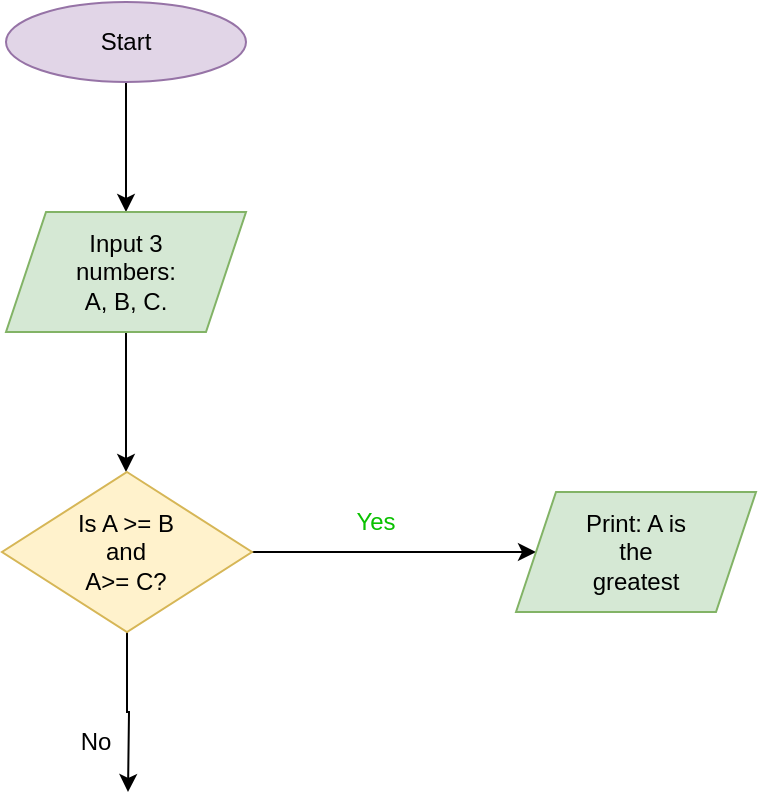
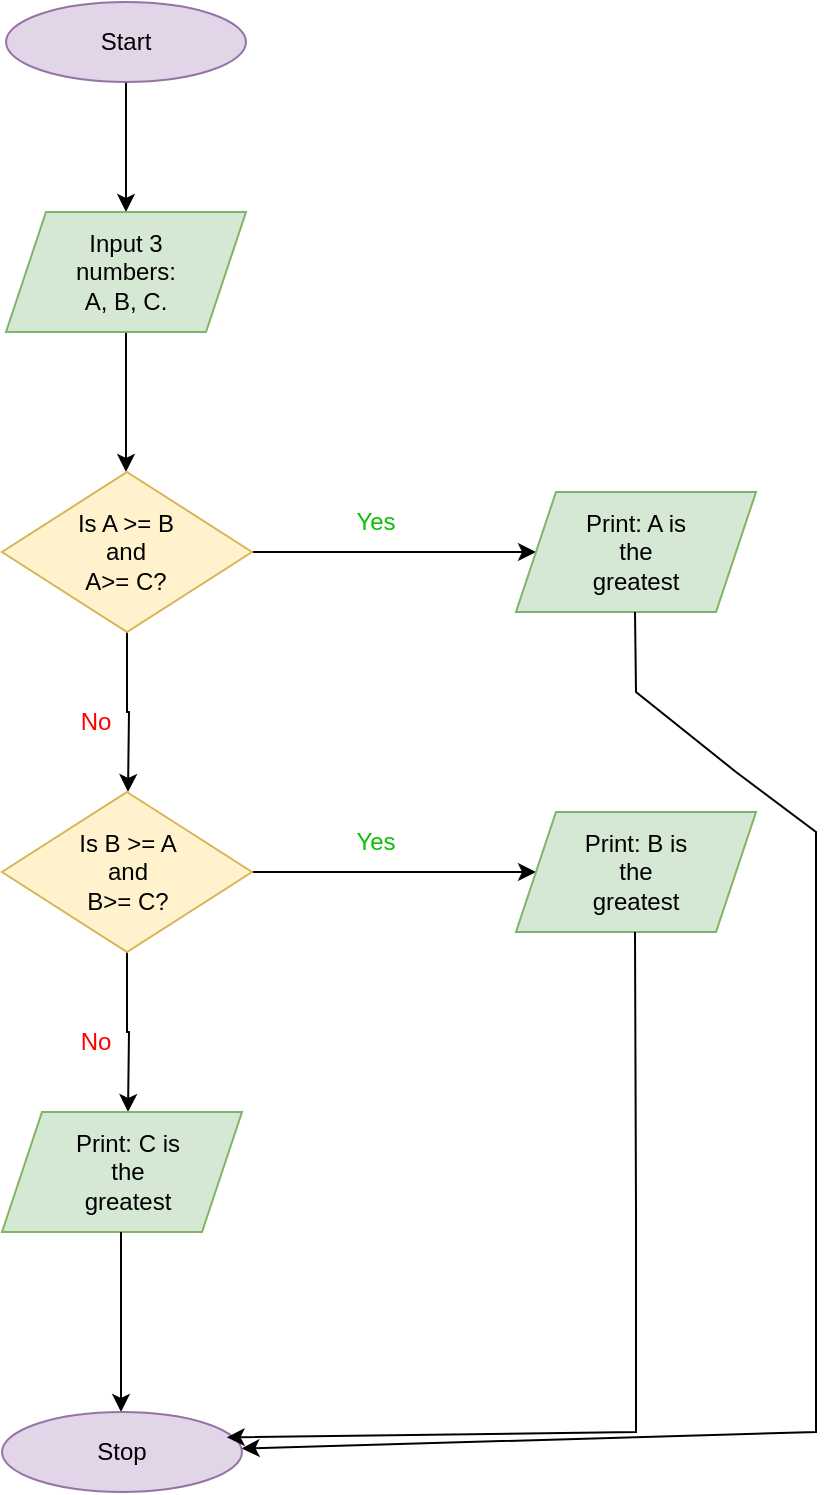
<mxfile host="app.diagrams.net">
  <diagram name="Page-1" id="JjNYBZxv__VariUKnO1o">
    <mxGraphModel dx="774" dy="2651" grid="1" gridSize="10" guides="1" tooltips="1" connect="1" arrows="1" fold="1" page="1" pageScale="1" pageWidth="850" pageHeight="1100" math="0" shadow="0">
      <root>
        <mxCell id="0" />
        <mxCell id="1" parent="0" />
        <mxCell id="4Aibpl8ResCS7P7MgqHY-4" edge="1" parent="1" source="diZT_lCHEcT7JEw0Gm0p-1" style="edgeStyle=orthogonalEdgeStyle;rounded=0;orthogonalLoop=1;jettySize=auto;html=1;exitX=0.5;exitY=1;exitDx=0;exitDy=0;">
          <mxGeometry relative="1" as="geometry">
            <mxPoint x="425" y="-2080" as="targetPoint" />
          </mxGeometry>
        </mxCell>
        <mxCell id="diZT_lCHEcT7JEw0Gm0p-1" parent="1" style="ellipse;whiteSpace=wrap;html=1;fillColor=#e1d5e7;strokeColor=#9673a6;" value="" vertex="1">
          <mxGeometry height="40" width="120" x="365" y="-2185" as="geometry" />
        </mxCell>
        <mxCell id="4Aibpl8ResCS7P7MgqHY-1" parent="1" style="text;html=1;whiteSpace=wrap;strokeColor=none;fillColor=none;align=center;verticalAlign=middle;rounded=0;" value="Start" vertex="1">
          <mxGeometry height="30" width="60" x="395" y="-2180" as="geometry" />
        </mxCell>
        <mxCell id="4Aibpl8ResCS7P7MgqHY-9" edge="1" parent="1" source="4Aibpl8ResCS7P7MgqHY-5" style="edgeStyle=orthogonalEdgeStyle;rounded=0;orthogonalLoop=1;jettySize=auto;html=1;exitX=0.5;exitY=1;exitDx=0;exitDy=0;">
          <mxGeometry relative="1" as="geometry">
            <mxPoint x="425" y="-1950" as="targetPoint" />
          </mxGeometry>
        </mxCell>
        <mxCell id="4Aibpl8ResCS7P7MgqHY-5" parent="1" style="shape=parallelogram;perimeter=parallelogramPerimeter;whiteSpace=wrap;html=1;fixedSize=1;fillColor=#d5e8d4;strokeColor=#82b366;" value="" vertex="1">
          <mxGeometry height="60" width="120" x="365" y="-2080" as="geometry" />
        </mxCell>
        <mxCell id="4Aibpl8ResCS7P7MgqHY-6" parent="1" style="text;html=1;whiteSpace=wrap;strokeColor=none;fillColor=none;align=center;verticalAlign=middle;rounded=0;" value="Input 3 numbers: A, B, C." vertex="1">
          <mxGeometry height="30" width="60" x="395" y="-2065" as="geometry" />
        </mxCell>
        <mxCell id="4Aibpl8ResCS7P7MgqHY-13" edge="1" parent="1" source="4Aibpl8ResCS7P7MgqHY-11" style="edgeStyle=orthogonalEdgeStyle;rounded=0;orthogonalLoop=1;jettySize=auto;html=1;exitX=1;exitY=0.5;exitDx=0;exitDy=0;">
          <mxGeometry relative="1" as="geometry">
            <mxPoint x="630" y="-1910" as="targetPoint" />
          </mxGeometry>
        </mxCell>
        <mxCell id="Ro31n1QqGdBNYgxVjA73-4" edge="1" parent="1" source="4Aibpl8ResCS7P7MgqHY-11" style="edgeStyle=orthogonalEdgeStyle;rounded=0;orthogonalLoop=1;jettySize=auto;html=1;exitX=0.5;exitY=1;exitDx=0;exitDy=0;">
          <mxGeometry relative="1" as="geometry">
            <mxPoint x="426" y="-1790" as="targetPoint" />
          </mxGeometry>
        </mxCell>
        <mxCell id="4Aibpl8ResCS7P7MgqHY-11" parent="1" style="rhombus;whiteSpace=wrap;html=1;fillColor=#fff2cc;strokeColor=#d6b656;" value="" vertex="1">
          <mxGeometry height="80" width="125" x="363" y="-1950" as="geometry" />
        </mxCell>
        <mxCell id="4Aibpl8ResCS7P7MgqHY-12" parent="1" style="text;html=1;whiteSpace=wrap;strokeColor=none;fillColor=none;align=center;verticalAlign=middle;rounded=0;" value="Is A &amp;gt;= B and&lt;div&gt;A&amp;gt;= C?&lt;/div&gt;" vertex="1">
          <mxGeometry height="30" width="60" x="395" y="-1925" as="geometry" />
        </mxCell>
        <mxCell id="Ro31n1QqGdBNYgxVjA73-1" parent="1" style="text;html=1;whiteSpace=wrap;strokeColor=none;fillColor=none;align=center;verticalAlign=middle;rounded=0;fontColor=#0AC100;" value="Yes" vertex="1">
          <mxGeometry height="30" width="60" x="520" y="-1940" as="geometry" />
        </mxCell>
        <mxCell id="Ro31n1QqGdBNYgxVjA73-2" parent="1" style="shape=parallelogram;perimeter=parallelogramPerimeter;whiteSpace=wrap;html=1;fixedSize=1;fillColor=#d5e8d4;strokeColor=#82b366;" value="" vertex="1">
          <mxGeometry height="60" width="120" x="620" y="-1940" as="geometry" />
        </mxCell>
        <mxCell id="Ro31n1QqGdBNYgxVjA73-3" parent="1" style="text;html=1;whiteSpace=wrap;strokeColor=none;fillColor=none;align=center;verticalAlign=middle;rounded=0;" value="Print: A is the greatest" vertex="1">
          <mxGeometry height="30" width="60" x="650" y="-1925" as="geometry" />
        </mxCell>
-         <mxCell id="Ro31n1QqGdBNYgxVjA73-5" parent="1" style="text;html=1;whiteSpace=wrap;strokeColor=none;fillColor=none;align=center;verticalAlign=middle;rounded=0;" value="No" vertex="1">
-           <mxGeometry height="30" width="60" x="380" y="-1830" as="geometry" />
+         <mxCell id="Ro31n1QqGdBNYgxVjA73-5" parent="1" style="text;html=1;whiteSpace=wrap;strokeColor=none;fillColor=none;align=center;verticalAlign=middle;rounded=0;fontColor=#FF0000;" value="No" vertex="1">
+           <mxGeometry height="30" width="60" x="380" y="-1840" as="geometry" />
+         </mxCell>
+         <mxCell id="Ro31n1QqGdBNYgxVjA73-8" edge="1" parent="1" source="Ro31n1QqGdBNYgxVjA73-6" style="edgeStyle=orthogonalEdgeStyle;rounded=0;orthogonalLoop=1;jettySize=auto;html=1;exitX=1;exitY=0.5;exitDx=0;exitDy=0;">
+           <mxGeometry relative="1" as="geometry">
+             <mxPoint x="630" y="-1750" as="targetPoint" />
+           </mxGeometry>
+         </mxCell>
+         <mxCell id="Ro31n1QqGdBNYgxVjA73-14" edge="1" parent="1" source="Ro31n1QqGdBNYgxVjA73-6" style="edgeStyle=orthogonalEdgeStyle;rounded=0;orthogonalLoop=1;jettySize=auto;html=1;exitX=0.5;exitY=1;exitDx=0;exitDy=0;">
+           <mxGeometry relative="1" as="geometry">
+             <mxPoint x="426" y="-1630" as="targetPoint" />
+           </mxGeometry>
+         </mxCell>
+         <mxCell id="Ro31n1QqGdBNYgxVjA73-6" parent="1" style="rhombus;whiteSpace=wrap;html=1;fillColor=#fff2cc;strokeColor=#d6b656;" value="" vertex="1">
+           <mxGeometry height="80" width="125" x="363" y="-1790" as="geometry" />
+         </mxCell>
+         <mxCell id="Ro31n1QqGdBNYgxVjA73-7" parent="1" style="text;html=1;whiteSpace=wrap;strokeColor=none;fillColor=none;align=center;verticalAlign=middle;rounded=0;" value="Is B &amp;gt;= A and&lt;div&gt;B&amp;gt;= C?&lt;/div&gt;" vertex="1">
+           <mxGeometry height="30" width="60" x="395.5" y="-1765" as="geometry" />
+         </mxCell>
+         <mxCell id="Ro31n1QqGdBNYgxVjA73-9" parent="1" style="text;html=1;whiteSpace=wrap;strokeColor=none;fillColor=none;align=center;verticalAlign=middle;rounded=0;fontColor=#0AC100;" value="Yes" vertex="1">
+           <mxGeometry height="30" width="60" x="520" y="-1780" as="geometry" />
+         </mxCell>
+         <mxCell id="Ro31n1QqGdBNYgxVjA73-10" parent="1" style="shape=parallelogram;perimeter=parallelogramPerimeter;whiteSpace=wrap;html=1;fixedSize=1;fillColor=#d5e8d4;strokeColor=#82b366;" value="" vertex="1">
+           <mxGeometry height="60" width="120" x="620" y="-1780" as="geometry" />
+         </mxCell>
+         <mxCell id="Ro31n1QqGdBNYgxVjA73-11" parent="1" style="text;html=1;whiteSpace=wrap;strokeColor=none;fillColor=none;align=center;verticalAlign=middle;rounded=0;" value="Print: B is the greatest" vertex="1">
+           <mxGeometry height="30" width="60" x="650" y="-1765" as="geometry" />
+         </mxCell>
+         <mxCell id="Ro31n1QqGdBNYgxVjA73-12" parent="1" style="text;html=1;whiteSpace=wrap;strokeColor=none;fillColor=none;align=center;verticalAlign=middle;rounded=0;fontColor=#FF0000;" value="No" vertex="1">
+           <mxGeometry height="30" width="60" x="380" y="-1680" as="geometry" />
+         </mxCell>
+         <mxCell id="Ro31n1QqGdBNYgxVjA73-16" parent="1" style="shape=parallelogram;perimeter=parallelogramPerimeter;whiteSpace=wrap;html=1;fixedSize=1;fillColor=#d5e8d4;strokeColor=#82b366;" value="" vertex="1">
+           <mxGeometry height="60" width="120" x="363" y="-1630" as="geometry" />
+         </mxCell>
+         <mxCell id="Ro31n1QqGdBNYgxVjA73-17" parent="1" style="text;html=1;whiteSpace=wrap;strokeColor=none;fillColor=none;align=center;verticalAlign=middle;rounded=0;" value="Print: C is the greatest" vertex="1">
+           <mxGeometry height="30" width="60" x="395.5" y="-1615" as="geometry" />
+         </mxCell>
+         <mxCell id="Ro31n1QqGdBNYgxVjA73-22" edge="1" parent="1" style="endArrow=classic;html=1;rounded=0;" target="Ro31n1QqGdBNYgxVjA73-27" value="">
+           <mxGeometry height="50" relative="1" width="50" as="geometry">
+             <Array as="points">
+               <mxPoint x="680" y="-1840" />
+               <mxPoint x="730" y="-1800" />
+               <mxPoint x="770" y="-1770" />
+               <mxPoint x="770" y="-1670" />
+               <mxPoint x="770" y="-1620" />
+               <mxPoint x="770" y="-1590" />
+               <mxPoint x="770" y="-1510" />
+               <mxPoint x="770" y="-1470" />
+             </Array>
+             <mxPoint x="679.5" y="-1880" as="sourcePoint" />
+             <mxPoint x="770" y="-1427.3333129882812" as="targetPoint" />
+           </mxGeometry>
+         </mxCell>
+         <mxCell id="Ro31n1QqGdBNYgxVjA73-26" edge="1" parent="1" style="endArrow=classic;html=1;rounded=0;" value="">
+           <mxGeometry height="50" relative="1" width="50" as="geometry">
+             <mxPoint x="422.5" y="-1570" as="sourcePoint" />
+             <mxPoint x="422.5" y="-1480" as="targetPoint" />
+           </mxGeometry>
+         </mxCell>
+         <mxCell id="Ro31n1QqGdBNYgxVjA73-27" parent="1" style="ellipse;whiteSpace=wrap;html=1;fillColor=#e1d5e7;strokeColor=#9673a6;" value="" vertex="1">
+           <mxGeometry height="40" width="120" x="363" y="-1480" as="geometry" />
+         </mxCell>
+         <mxCell id="Ro31n1QqGdBNYgxVjA73-28" parent="1" style="text;html=1;whiteSpace=wrap;strokeColor=none;fillColor=none;align=center;verticalAlign=middle;rounded=0;" value="Stop" vertex="1">
+           <mxGeometry height="30" width="60" x="393" y="-1475" as="geometry" />
+         </mxCell>
+         <mxCell id="Ro31n1QqGdBNYgxVjA73-31" edge="1" parent="1" style="endArrow=classic;html=1;rounded=0;entryX=0.936;entryY=0.317;entryDx=0;entryDy=0;entryPerimeter=0;" target="Ro31n1QqGdBNYgxVjA73-27" value="">
+           <mxGeometry height="50" relative="1" width="50" as="geometry">
+             <Array as="points">
+               <mxPoint x="680" y="-1580" />
+               <mxPoint x="680" y="-1510" />
+               <mxPoint x="680" y="-1470" />
+             </Array>
+             <mxPoint x="679.5" y="-1720" as="sourcePoint" />
+             <mxPoint x="680" y="-1435" as="targetPoint" />
+           </mxGeometry>
        </mxCell>
      </root>
    </mxGraphModel>
  </diagram>
</mxfile>
